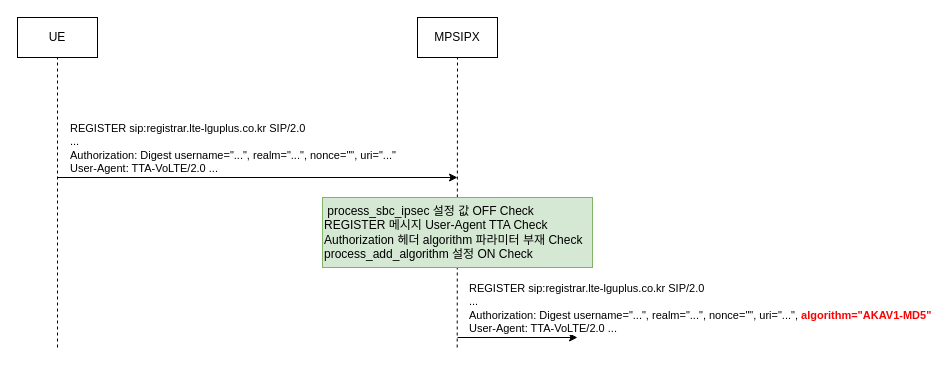
Earlier version of the draw.io diagram page "페이지-7" (7 of 7) of 문서 작업.drawio (JaeHyeon774/NEWTIL). Source tidied: cells renumbered, new cells numbered last; positions are measured from the earlier drawing's top-left corner, leaving out a move shared by most shapes. Both pictures are drawn from the tidied source at 100%, with x=0, y=0 at pixel (17, 17).
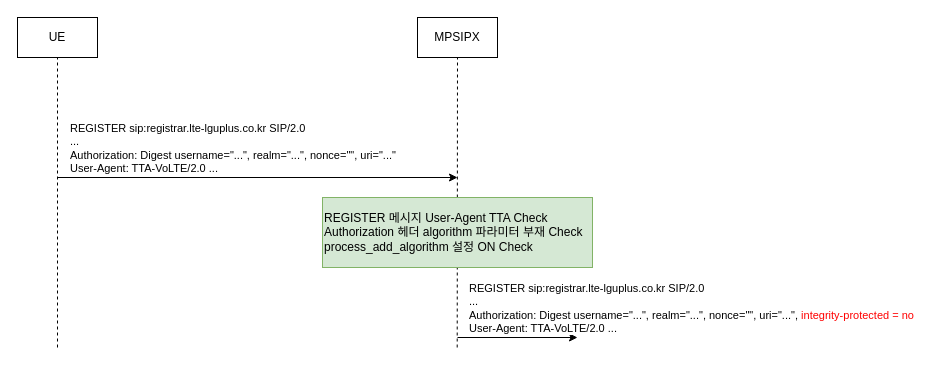
The same diagram, later.

Commit message:
문서 작업.drawio 업데이트

Change to the diagram source:
```diff
@@
 <mxGraphModel>
   <root>
     <mxCell id="0" />
     <mxCell id="1" parent="0" />
     <mxCell id="2" value="UE" style="rounded=0;whiteSpace=wrap;html=1;" parent="1" vertex="1">
       <mxGeometry width="80" height="40" as="geometry" />
     </mxCell>
     <mxCell id="3" value="MPSIPX" style="rounded=0;whiteSpace=wrap;html=1;" parent="1" vertex="1">
       <mxGeometry x="400" width="80" height="40" as="geometry" />
     </mxCell>
     <mxCell id="4" style="endArrow=classic;html=1;rounded=0;" parent="1" edge="1">
       <mxGeometry relative="1" as="geometry">
         <mxPoint x="40" y="160" as="sourcePoint" />
         <mxPoint x="440" y="160" as="targetPoint" />
       </mxGeometry>
     </mxCell>
     <mxCell id="5" value="REGISTER sip:registrar.lte-lguplus.co.kr SIP/2.0&lt;div&gt;...&lt;/div&gt;&lt;div&gt;Authorization: Digest username=&quot;...&quot;, realm=&quot;...&quot;, nonce=&quot;&quot;, uri=&quot;...&quot;&lt;/div&gt;&lt;div&gt;User-Agent: TTA-VoLTE/2.0 ...&lt;/div&gt;" style="edgeLabel;html=1;align=left;verticalAlign=middle;" parent="4" vertex="1">
       <mxGeometry x="-0.15" y="3" relative="1" as="geometry">
         <mxPoint x="-159" y="-27" as="offset" />
       </mxGeometry>
     </mxCell>
     <mxCell id="6" style="endArrow=none;dashed=1;html=1;rounded=0;entryX=0.5;entryY=1;entryDx=0;entryDy=0;" parent="1" edge="1" target="2">
       <mxGeometry relative="1" as="geometry">
         <mxPoint x="40" y="330" as="sourcePoint" />
       </mxGeometry>
     </mxCell>
     <mxCell id="7" style="endArrow=none;dashed=1;html=1;rounded=0;entryX=0.5;entryY=1;entryDx=0;entryDy=0;" parent="1" edge="1" target="3">
       <mxGeometry relative="1" as="geometry">
         <mxPoint x="439.7" y="330" as="sourcePoint" />
       </mxGeometry>
     </mxCell>
-    <mxCell id="8" value="&amp;nbsp;process_sbc_ipsec 설정 값 OFF Check&lt;div&gt;REGISTER 메시지 User-Agent TTA Check&lt;/div&gt;&lt;div&gt;Authorization 헤더 algorithm 파라미터 부재 Check&lt;/div&gt;&lt;div&gt;process_add_algorithm 설정 ON Check&lt;/div&gt;" style="rounded=0;whiteSpace=wrap;html=1;align=left;fillColor=#d5e8d4;strokeColor=#82b366;" parent="1" vertex="1">
+    <mxCell id="8" value="&lt;div&gt;REGISTER 메시지 User-Agent TTA Check&lt;/div&gt;&lt;div&gt;Authorization 헤더 algorithm 파라미터 부재 Check&lt;/div&gt;&lt;div&gt;process_add_algorithm 설정 ON Check&lt;/div&gt;" style="rounded=0;whiteSpace=wrap;html=1;align=left;fillColor=#d5e8d4;strokeColor=#82b366;" parent="1" vertex="1">
       <mxGeometry x="305" y="180" width="270" height="70" as="geometry" />
     </mxCell>
     <mxCell id="9" style="endArrow=classic;html=1;rounded=0;" parent="1" edge="1">
       <mxGeometry relative="1" as="geometry">
         <mxPoint x="440" y="320" as="sourcePoint" />
         <mxPoint x="560" y="320" as="targetPoint" />
       </mxGeometry>
     </mxCell>
-    <mxCell id="10" value="REGISTER sip:registrar.lte-lguplus.co.kr SIP/2.0&lt;div&gt;...&lt;/div&gt;&lt;div&gt;Authorization: Digest username=&quot;...&quot;, realm=&quot;...&quot;, nonce=&quot;&quot;, uri=&quot;...&quot;, &lt;b style=&quot;color: rgb(255, 0, 0);&quot;&gt;algorithm=&quot;AKAV1-MD5&quot;&lt;/b&gt;&lt;/div&gt;&lt;div&gt;User-Agent: TTA-VoLTE/2.0 ...&lt;/div&gt;" style="edgeLabel;html=1;align=left;verticalAlign=middle;" parent="9" vertex="1">
+    <mxCell id="10" value="REGISTER sip:registrar.lte-lguplus.co.kr SIP/2.0&lt;div&gt;...&lt;/div&gt;&lt;div&gt;Authorization: Digest username=&quot;...&quot;, realm=&quot;...&quot;, nonce=&quot;&quot;, uri=&quot;...&quot;,&lt;span style=&quot;color: light-dark(rgb(0, 0, 0), rgb(255, 0, 0));&quot;&gt;&amp;nbsp;&lt;/span&gt;&lt;span style=&quot;color: light-dark(rgb(255, 0, 0), rgb(255, 0, 0));&quot;&gt;integrity-protected = no&lt;/span&gt;&lt;/div&gt;&lt;div&gt;User-Agent: TTA-VoLTE/2.0 ...&lt;/div&gt;" style="edgeLabel;html=1;align=left;verticalAlign=middle;" parent="9" vertex="1">
       <mxGeometry x="-0.15" y="3" relative="1" as="geometry">
         <mxPoint x="-41" y="-27" as="offset" />
       </mxGeometry>
     </mxCell>
   </root>
 </mxGraphModel>
```
